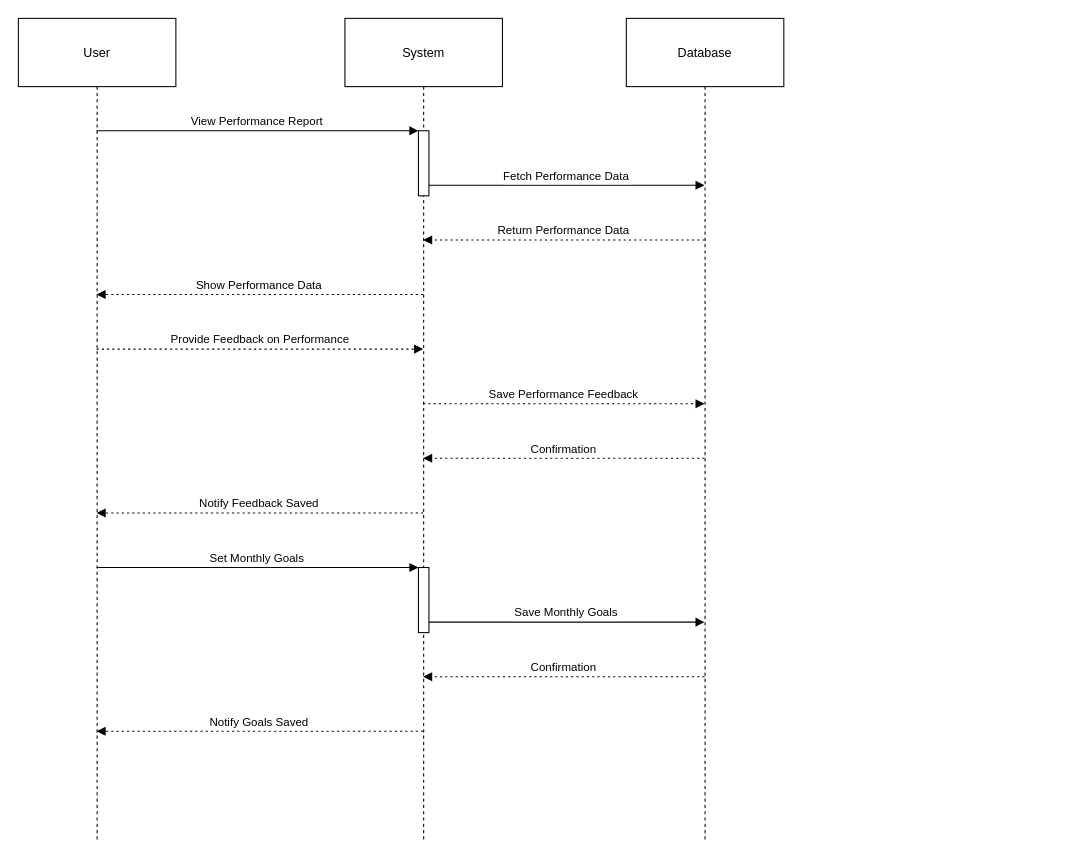
Above: sequence/performanceManagment_seq.drawio in ilten22/SAD (draw.io), before the change. Source tidied: cells renumbered, new cells numbered last; positions are measured from the earlier drawing's top-left corner, leaving out a move shared by most shapes. Both pictures are drawn from the tidied source at 105%, with x=0, y=0 at pixel (18, 18).
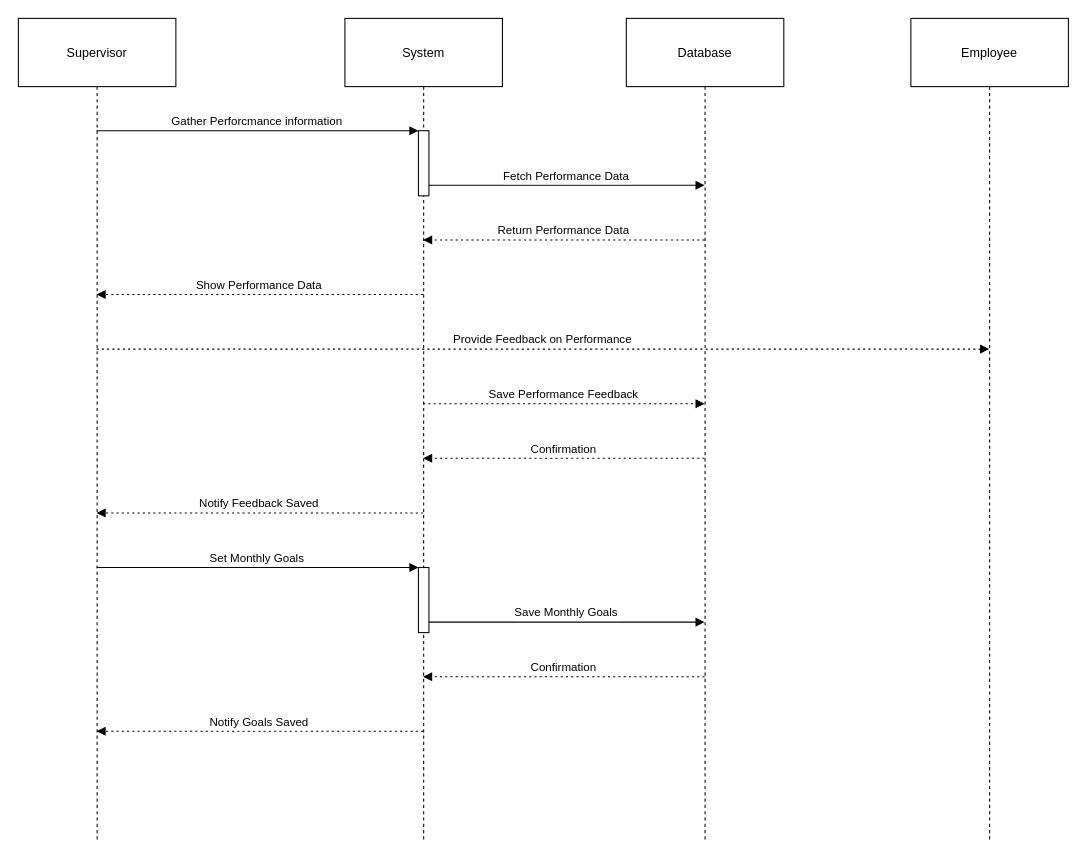
After the change.

Unchanged cells that the change refers to:
```xml
<mxCell id="3" value="System" style="shape=umlLifeline;perimeter=lifelinePerimeter;whiteSpace=wrap;outlineConnect=0;portConstraint=eastwest;newEdgeStyle={&quot;edgeStyle&quot;:&quot;elbowEdgeStyle&quot;,&quot;elbow&quot;:&quot;vertical&quot;,&quot;curved&quot;:0,&quot;rounded&quot;:0};size=65;" parent="1" vertex="1">
  <mxGeometry x="311" width="150" height="784" as="geometry" />
</mxCell>
<mxCell id="4" style="points=[];perimeter=orthogonalPerimeter;outlineConnect=0;targetShapes=umlLifeline;portConstraint=eastwest;newEdgeStyle={&quot;edgeStyle&quot;:&quot;elbowEdgeStyle&quot;,&quot;elbow&quot;:&quot;vertical&quot;,&quot;curved&quot;:0,&quot;rounded&quot;:0};" parent="3" vertex="1">
  <mxGeometry x="70" y="107" width="10" height="62" as="geometry" />
</mxCell>
```

Diff of the diagram source:
```diff
@@
-<mxGraphModel>
+<mxGraphModel background="#ffffff">
@@
-    <mxCell id="2" value="User" style="shape=umlLifeline;perimeter=lifelinePerimeter;whiteSpace=wrap;outlineConnect=0;portConstraint=eastwest;newEdgeStyle={&quot;edgeStyle&quot;:&quot;elbowEdgeStyle&quot;,&quot;elbow&quot;:&quot;vertical&quot;,&quot;curved&quot;:0,&quot;rounded&quot;:0};size=65;" parent="1" vertex="1">
+    <mxCell id="2" value="Supervisor" style="shape=umlLifeline;perimeter=lifelinePerimeter;whiteSpace=wrap;outlineConnect=0;portConstraint=eastwest;newEdgeStyle={&quot;edgeStyle&quot;:&quot;elbowEdgeStyle&quot;,&quot;elbow&quot;:&quot;vertical&quot;,&quot;curved&quot;:0,&quot;rounded&quot;:0};size=65;" parent="1" vertex="1">
       <mxGeometry width="150" height="784" as="geometry" />
     </mxCell>
@@
-    <mxCell id="7" value="View Performance Report" style="verticalAlign=bottom;endArrow=block;edgeStyle=elbowEdgeStyle;elbow=vertical;curved=0;rounded=0;" parent="1" edge="1" source="2" target="4">
+    <mxCell id="7" value="Gather Perforcmance information" style="verticalAlign=bottom;endArrow=block;edgeStyle=elbowEdgeStyle;elbow=vertical;curved=0;rounded=0;" parent="1" edge="1" source="2" target="4">
       <mxGeometry relative="1" as="geometry">
         <Array as="points">
           <mxPoint x="241" y="107" />
         </Array>
       </mxGeometry>
     </mxCell>
@@
-    <mxCell id="11" value="Provide Feedback on Performance" style="verticalAlign=bottom;endArrow=block;edgeStyle=elbowEdgeStyle;elbow=vertical;curved=0;rounded=0;dashed=1;dashPattern=2 3;" parent="1" edge="1" source="2" target="3">
+    <mxCell id="11" value="Provide Feedback on Performance" style="verticalAlign=bottom;endArrow=block;edgeStyle=elbowEdgeStyle;elbow=vertical;curved=0;rounded=0;dashed=1;dashPattern=2 3;" parent="1" edge="1" source="2" target="19">
       <mxGeometry relative="1" as="geometry">
         <Array as="points">
           <mxPoint x="241" y="315" />
         </Array>
       </mxGeometry>
     </mxCell>
@@
+    <mxCell id="19" value="Employee" style="shape=umlLifeline;perimeter=lifelinePerimeter;whiteSpace=wrap;outlineConnect=0;portConstraint=eastwest;newEdgeStyle={&quot;edgeStyle&quot;:&quot;elbowEdgeStyle&quot;,&quot;elbow&quot;:&quot;vertical&quot;,&quot;curved&quot;:0,&quot;rounded&quot;:0};size=65;" parent="1" vertex="1">
+      <mxGeometry x="850" width="150" height="784" as="geometry" />
+    </mxCell>
```
